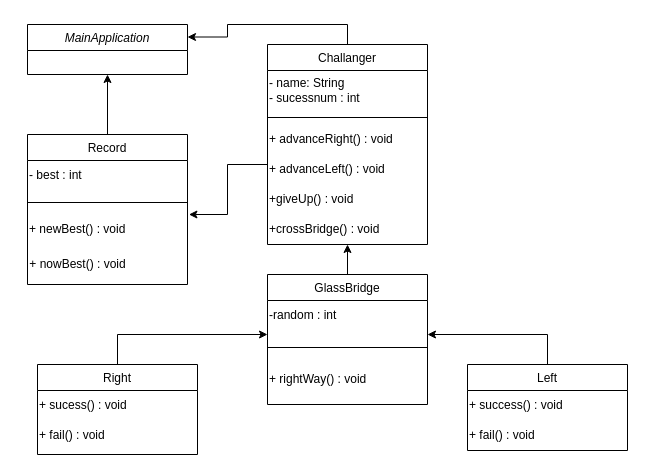
JinhoYeom/project-first-glassbridge keeps this draw.io diagram as glassbridge.drawio. Above is the earlier version. Source tidied: cells renumbered, new cells numbered last; positions are measured from the earlier drawing's top-left corner, leaving out a move shared by most shapes. Both pictures are drawn from the tidied source at 100%, with x=0, y=0 at pixel (17, 24).
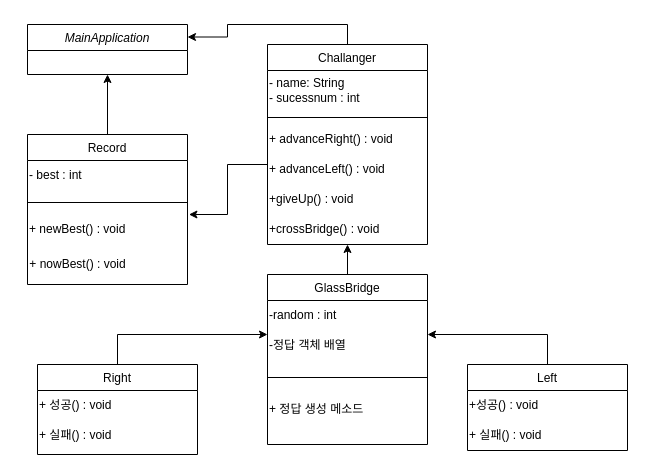
The same page after the edit.

Unchanged cells that the change refers to:
```xml
<mxCell id="23" value="Left" style="swimlane;fontStyle=0;align=center;verticalAlign=top;horizontal=1;startSize=26;rounded=0;shadow=0;strokeWidth=1;" parent="1" vertex="1">
  <mxGeometry x="450" y="340" width="160" height="86" as="geometry" />
</mxCell>
<mxCell id="27" value="Right" style="swimlane;fontStyle=0;align=center;verticalAlign=top;horizontal=1;startSize=26;rounded=0;shadow=0;strokeWidth=1;" parent="1" vertex="1">
  <mxGeometry x="20" y="340" width="160" height="90" as="geometry" />
</mxCell>
```

Diff of the diagram source:
```diff
@@
     <mxCell id="18" value="GlassBridge" style="swimlane;fontStyle=0;align=center;verticalAlign=top;horizontal=1;startSize=26;rounded=0;shadow=0;strokeWidth=1;" parent="1" vertex="1">
-      <mxGeometry x="250" y="250" width="160" height="130" as="geometry" />
+      <mxGeometry x="250" y="250" width="160" height="170" as="geometry" />
     </mxCell>
@@
+    <mxCell id="31" value="-정답 객체 배열" style="text;html=1;align=left;verticalAlign=middle;strokeColor=none;fillColor=none;" parent="18" vertex="1">
+      <mxGeometry y="56" width="160" height="30" as="geometry" />
+    </mxCell>
     <mxCell id="20" style="line;html=1;strokeWidth=1;align=left;verticalAlign=middle;spacingTop=-1;spacingLeft=3;spacingRight=3;labelPosition=right;" parent="18" vertex="1">
-      <mxGeometry y="56" width="160" height="34" as="geometry" />
+      <mxGeometry y="86" width="160" height="34" as="geometry" />
     </mxCell>
-    <mxCell id="21" value="+ rightWay() : void" style="text;html=1;align=left;verticalAlign=middle;strokeColor=none;fillColor=none;" parent="18" vertex="1">
-      <mxGeometry y="90" width="160" height="30" as="geometry" />
+    <mxCell id="21" value="+ 정답 생성 메소드" style="text;html=1;align=left;verticalAlign=middle;strokeColor=none;fillColor=none;" parent="18" vertex="1">
+      <mxGeometry y="120" width="160" height="30" as="geometry" />
     </mxCell>
@@
-    <mxCell id="24" value="+ success() : void" style="text;html=1;align=left;verticalAlign=middle;strokeColor=none;fillColor=none;" parent="23" vertex="1">
+    <mxCell id="24" value="+성공() : void" style="text;html=1;align=left;verticalAlign=middle;strokeColor=none;fillColor=none;" parent="23" vertex="1">
       <mxGeometry y="26" width="160" height="30" as="geometry" />
     </mxCell>
-    <mxCell id="25" value="+ fail() : void" style="text;html=1;align=left;verticalAlign=middle;strokeColor=none;fillColor=none;" parent="23" vertex="1">
+    <mxCell id="25" value="+ 실패() : void" style="text;html=1;align=left;verticalAlign=middle;strokeColor=none;fillColor=none;" parent="23" vertex="1">
       <mxGeometry y="56" width="160" height="30" as="geometry" />
     </mxCell>
@@
-    <mxCell id="28" value="+ sucess() : void" style="text;html=1;align=left;verticalAlign=middle;strokeColor=none;fillColor=none;" parent="27" vertex="1">
+    <mxCell id="28" value="+ 성공() : void" style="text;html=1;align=left;verticalAlign=middle;strokeColor=none;fillColor=none;" parent="27" vertex="1">
       <mxGeometry y="26" width="160" height="30" as="geometry" />
     </mxCell>
-    <mxCell id="29" value="+ fail() : void" style="text;html=1;align=left;verticalAlign=middle;strokeColor=none;fillColor=none;" parent="27" vertex="1">
+    <mxCell id="29" value="+ 실패() : void" style="text;html=1;align=left;verticalAlign=middle;strokeColor=none;fillColor=none;" parent="27" vertex="1">
       <mxGeometry y="56" width="160" height="30" as="geometry" />
     </mxCell>
```
